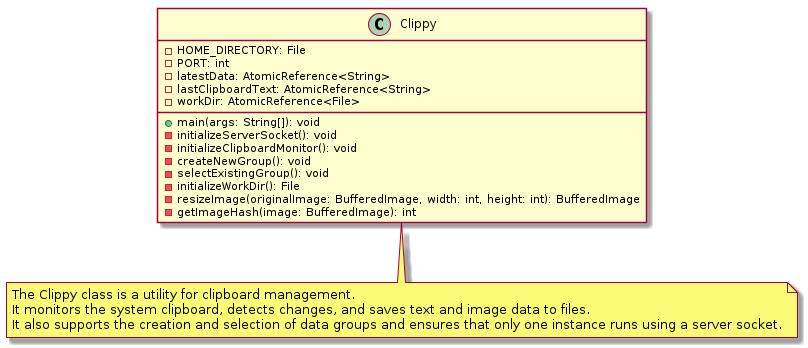
Earlier version of the PlantUML export clippy.png (Walter-Stroebel/clippy).
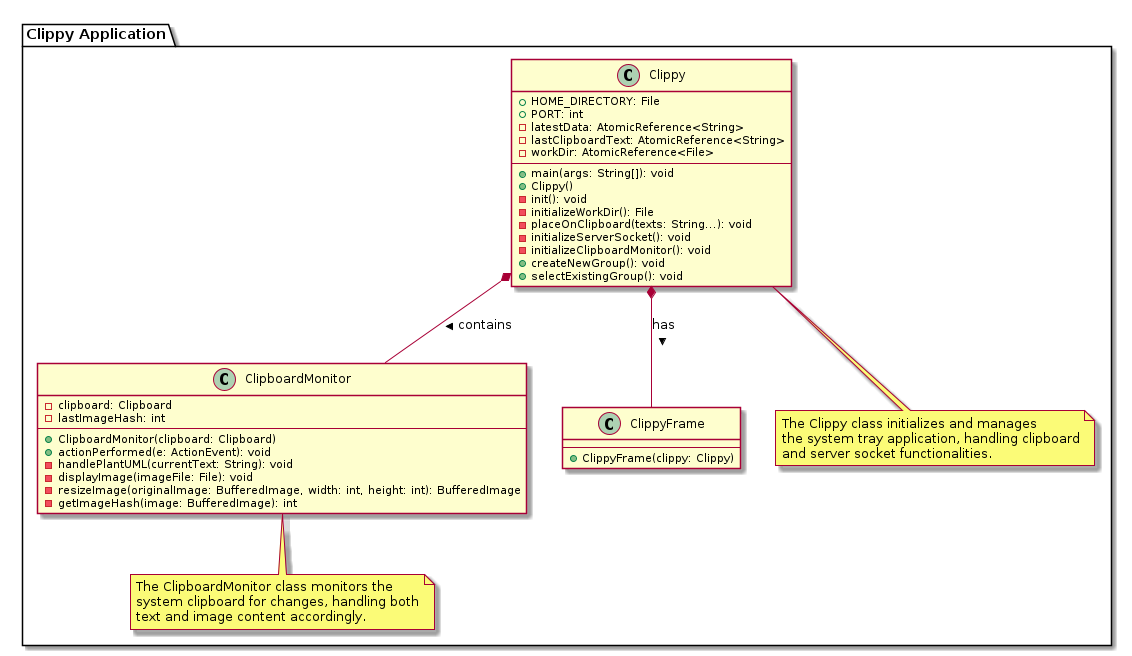
After the commit.

Change to the diagram source:
```diff
@@ -1,26 +1,65 @@
 @startuml
 
-class Clippy {
-    - HOME_DIRECTORY: File
-    - PORT: int
-    - latestData: AtomicReference<String>
-    - lastClipboardText: AtomicReference<String>
-    - workDir: AtomicReference<File>
-
-    + main(args: String[]): void
-    - initializeServerSocket(): void
-    - initializeClipboardMonitor(): void
-    - createNewGroup(): void
-    - selectExistingGroup(): void
-    - initializeWorkDir(): File
-    - resizeImage(originalImage: BufferedImage, width: int, height: int): BufferedImage
-    - getImageHash(image: BufferedImage): int
+skinparam class {
+    BackgroundColor<<note>> Wheat
+    BorderColor<<note>> Wheat
 }
 
-note bottom of Clippy
-    The Clippy class is a utility for clipboard management.
-    It monitors the system clipboard, detects changes, and saves text and image data to files.
-    It also supports the creation and selection of data groups and ensures that only one instance runs using a server socket.
-end note
+package "Clippy Application" {
+
+    class Clippy {
+        +HOME_DIRECTORY: File
+        +PORT: int
+        -latestData: AtomicReference<String>
+        -lastClipboardText: AtomicReference<String>
+        -workDir: AtomicReference<File>
+        --
+        +main(args: String[]): void
+        +Clippy()
+        -init(): void
+        -initializeWorkDir(): File
+        -placeOnClipboard(texts: String...): void
+        -initializeServerSocket(): void
+        -initializeClipboardMonitor(): void
+        +createNewGroup(): void
+        +selectExistingGroup(): void
+    }
+
+    class ClipboardMonitor {
+        -clipboard: Clipboard
+        -lastImageHash: int
+        --
+        +ClipboardMonitor(clipboard: Clipboard)
+        +actionPerformed(e: ActionEvent): void
+        -handlePlantUML(currentText: String): void
+        -displayImage(imageFile: File): void
+        -resizeImage(originalImage: BufferedImage, width: int, height: int): BufferedImage
+        -getImageHash(image: BufferedImage): int
+    }
+
+    class ClippyFrame {
+        --
+        +ClippyFrame(clippy: Clippy)
+    }
+
+    Clippy *-- ClipboardMonitor : contains >
+    Clippy *-- ClippyFrame : has >
+
+    note as N1
+    The Clippy class initializes and manages
+    the system tray application, handling clipboard
+    and server socket functionalities.
+    end note
+
+    note as N2
+    The ClipboardMonitor class monitors the
+    system clipboard for changes, handling both
+    text and image content accordingly.
+    end note
+
+    Clippy .. N1
+    ClipboardMonitor .. N2
+
+}
 
 @enduml
```
